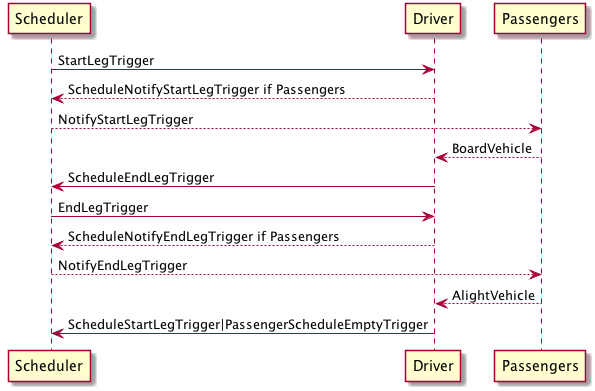
Earlier version of the PlantUML export docs/_static/uml/ProtocolDriving.png (LBNL-UCB-STI/beam).
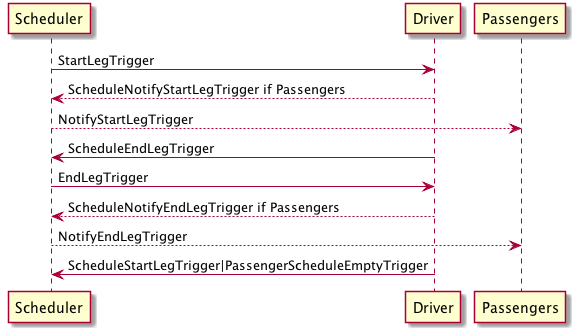
The same file after the commit.

Change to the diagram source:
```diff
@@ -2,11 +2,9 @@
 Scheduler -> Driver: StartLegTrigger
 Driver --> Scheduler: ScheduleNotifyStartLegTrigger if Passengers
 Scheduler --> Passengers: NotifyStartLegTrigger
-Passengers --> Driver: BoardVehicle
 Driver -> Scheduler: ScheduleEndLegTrigger
 Scheduler -> Driver: EndLegTrigger
 Driver --> Scheduler: ScheduleNotifyEndLegTrigger if Passengers
 Scheduler --> Passengers: NotifyEndLegTrigger
-Passengers --> Driver: AlightVehicle
 Driver -> Scheduler: ScheduleStartLegTrigger|PassengerScheduleEmptyTrigger
 @enduml
```
